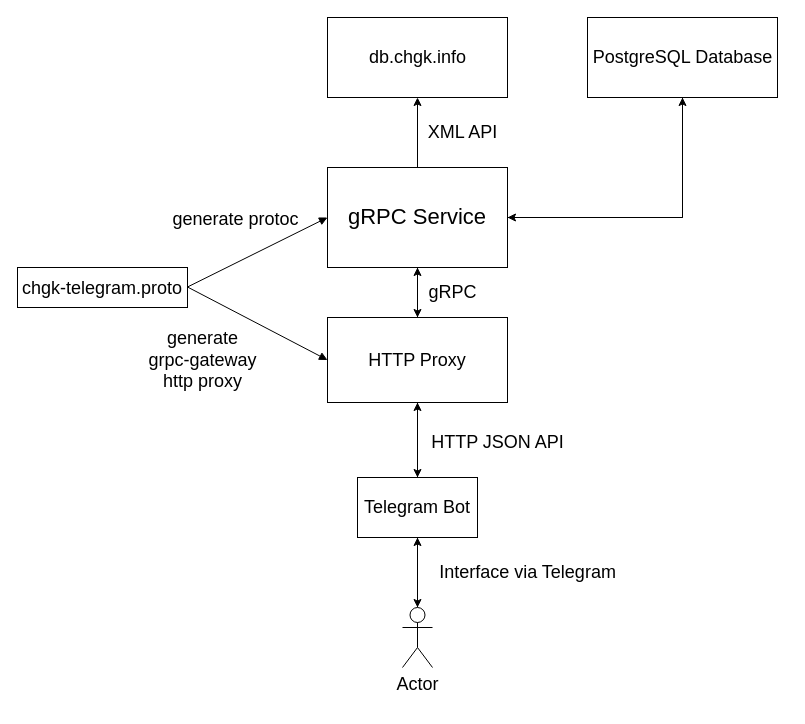
Earlier version of the draw.io diagram docs/concept.drawio (fadeevdev/chgk-telegram). Source tidied: cells renumbered, new cells numbered last; positions are measured from the earlier drawing's top-left corner, leaving out a move shared by most shapes. Both pictures are drawn from the tidied source at 100%, with x=0, y=0 at pixel (17, 17).
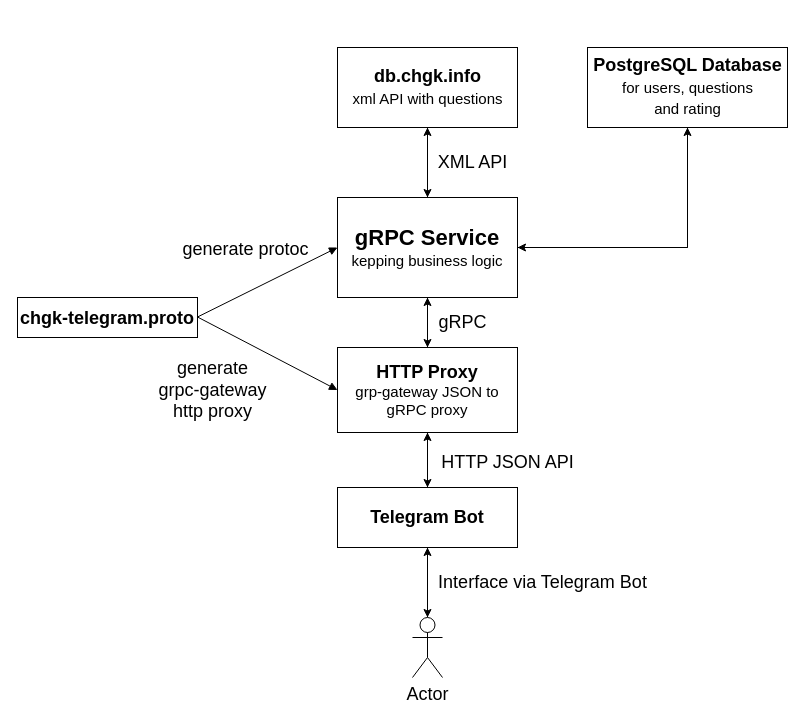
After the change.

Commit message (it also covers changes not shown here):
change implementation concept

The edit, as a diff of the source:
```diff
@@
     <mxCell id="3" style="edgeStyle=orthogonalEdgeStyle;rounded=0;jettySize=auto;html=1;fontSize=18;" parent="1" edge="1" source="5">
       <mxGeometry relative="1" as="geometry">
-        <mxPoint x="400" y="300" as="targetPoint" />
+        <mxPoint x="410" y="330" as="targetPoint" />
       </mxGeometry>
     </mxCell>
@@
-    <mxCell id="5" value="&lt;font style=&quot;font-size: 22px&quot;&gt;gRPC Service&lt;/font&gt;" style="rounded=0;whiteSpace=wrap;html=1;" parent="1" vertex="1">
-      <mxGeometry x="310" y="150" width="180" height="100" as="geometry" />
+    <mxCell id="5" value="&lt;font&gt;&lt;b&gt;&lt;span style=&quot;font-size: 22px&quot;&gt;gRPC Service&lt;/span&gt;&lt;br&gt;&lt;/b&gt;&lt;font style=&quot;font-size: 15px&quot;&gt;kepping business logic&lt;/font&gt;&lt;br&gt;&lt;/font&gt;" style="rounded=0;whiteSpace=wrap;html=1;" parent="1" vertex="1">
+      <mxGeometry x="320" y="180" width="180" height="100" as="geometry" />
     </mxCell>
-    <mxCell id="6" value="&lt;span style=&quot;font-size: 18px&quot;&gt;chgk-telegram.proto&lt;/span&gt;" style="rounded=0;whiteSpace=wrap;html=1;fontSize=22;" parent="1" vertex="1">
-      <mxGeometry y="250" width="170" height="40" as="geometry" />
+    <mxCell id="6" value="&lt;span style=&quot;font-size: 18px&quot;&gt;&lt;b&gt;chgk-telegram.proto&lt;/b&gt;&lt;/span&gt;" style="rounded=0;whiteSpace=wrap;html=1;fontSize=22;" parent="1" vertex="1">
+      <mxGeometry y="280" width="180" height="40" as="geometry" />
     </mxCell>
@@
-    <mxCell id="9" value="&lt;font style=&quot;font-size: 18px&quot;&gt;HTTP Proxy&lt;/font&gt;" style="rounded=0;whiteSpace=wrap;html=1;fontSize=15;" parent="1" vertex="1">
-      <mxGeometry x="310" y="300" width="180" height="85" as="geometry" />
+    <mxCell id="9" value="&lt;font&gt;&lt;b&gt;&lt;span style=&quot;font-size: 18px&quot;&gt;HTTP Proxy&lt;/span&gt;&lt;br&gt;&lt;/b&gt;&lt;font style=&quot;font-size: 15px&quot;&gt;grp-gateway JSON to gRPC proxy&lt;/font&gt;&lt;br&gt;&lt;/font&gt;" style="rounded=0;whiteSpace=wrap;html=1;fontSize=15;" parent="1" vertex="1">
+      <mxGeometry x="320" y="330" width="180" height="85" as="geometry" />
     </mxCell>
@@
-    <mxCell id="12" value="Telegram Bot" style="rounded=0;whiteSpace=wrap;html=1;fontSize=18;" parent="1" vertex="1">
-      <mxGeometry x="340" y="460" width="120" height="60" as="geometry" />
+    <mxCell id="12" value="&lt;b&gt;Telegram Bot&lt;/b&gt;" style="rounded=0;whiteSpace=wrap;html=1;fontSize=18;" parent="1" vertex="1">
+      <mxGeometry x="320" y="470" width="180" height="60" as="geometry" />
     </mxCell>
@@
     <mxCell id="14" value="Actor" style="shape=umlActor;verticalLabelPosition=bottom;verticalAlign=top;html=1;outlineConnect=0;fontSize=18;" parent="1" vertex="1">
-      <mxGeometry x="385" y="590" width="30" height="60" as="geometry" />
+      <mxGeometry x="395" y="600" width="30" height="60" as="geometry" />
     </mxCell>
     <mxCell id="15" value="HTTP JSON API" style="text;html=1;align=center;verticalAlign=middle;strokeColor=none;fillColor=none;fontSize=18;" parent="1" vertex="1">
-      <mxGeometry x="405" y="410" width="150" height="30" as="geometry" />
+      <mxGeometry x="415" y="430" width="150" height="30" as="geometry" />
     </mxCell>
-    <mxCell id="16" value="Interface via Telegram" style="text;html=1;align=center;verticalAlign=middle;strokeColor=none;fillColor=none;fontSize=18;" parent="1" vertex="1">
-      <mxGeometry x="415" y="540" width="190" height="30" as="geometry" />
+    <mxCell id="16" value="Interface via Telegram Bot" style="text;html=1;align=center;verticalAlign=middle;strokeColor=none;fillColor=none;fontSize=18;" parent="1" vertex="1">
+      <mxGeometry x="415" y="550" width="220" height="30" as="geometry" />
     </mxCell>
     <mxCell id="17" value="generate protoc" style="html=1;verticalAlign=bottom;endArrow=block;rounded=0;fontSize=18;entryX=0;entryY=0.5;entryDx=0;entryDy=0;" parent="1" edge="1" target="5">
       <mxGeometry x="-0.14" y="26" relative="1" as="geometry">
-        <mxPoint x="170" y="269.5" as="sourcePoint" />
+        <mxPoint x="180" y="299.5" as="sourcePoint" />
       </mxGeometry>
     </mxCell>
     <mxCell id="18" value="generate&lt;br&gt;grpc-gateway&lt;br&gt;http proxy" style="html=1;verticalAlign=bottom;endArrow=block;rounded=0;fontSize=18;entryX=0;entryY=0.5;entryDx=0;entryDy=0;" parent="1" edge="1" target="9">
       <mxGeometry x="-0.2" y="-89" relative="1" as="geometry">
-        <mxPoint x="170" y="269.5" as="sourcePoint" />
+        <mxPoint x="180" y="299.5" as="sourcePoint" />
       </mxGeometry>
     </mxCell>
     <mxCell id="19" style="edgeStyle=orthogonalEdgeStyle;rounded=0;jettySize=auto;html=1;entryX=1;entryY=0.5;entryDx=0;entryDy=0;" parent="1" edge="1" source="20" target="5">
       <mxGeometry relative="1" as="geometry">
         <Array as="points">
-          <mxPoint x="665" y="200" />
+          <mxPoint x="670" y="230" />
         </Array>
       </mxGeometry>
     </mxCell>
-    <mxCell id="20" value="PostgreSQL Database" style="html=1;fontSize=18;" parent="1" vertex="1">
-      <mxGeometry x="570" width="190" height="80" as="geometry" />
+    <mxCell id="20" value="&lt;b&gt;PostgreSQL Database&lt;br&gt;&lt;/b&gt;&lt;font style=&quot;font-size: 15px&quot;&gt;for users, questions&lt;br&gt;and rating&lt;/font&gt;" style="html=1;fontSize=18;" parent="1" vertex="1">
+      <mxGeometry x="570" y="30" width="200" height="80" as="geometry" />
     </mxCell>
     <mxCell id="21" value="gRPC" style="text;html=1;align=center;verticalAlign=middle;strokeColor=none;fillColor=none;fontSize=18;" parent="1" vertex="1">
-      <mxGeometry x="405" y="260" width="60" height="30" as="geometry" />
+      <mxGeometry x="415" y="290" width="60" height="30" as="geometry" />
     </mxCell>
+    <mxCell id="24" style="edgeStyle=orthogonalEdgeStyle;rounded=0;jettySize=auto;html=1;fontSize=15;" parent="1" edge="1" source="22">
+      <mxGeometry relative="1" as="geometry">
+        <mxPoint x="410" y="180" as="targetPoint" />
+      </mxGeometry>
+    </mxCell>
-    <mxCell id="22" value="db.chgk.info" style="html=1;fontSize=18;" parent="1" vertex="1">
-      <mxGeometry x="310" width="180" height="80" as="geometry" />
+    <mxCell id="22" value="&lt;b&gt;db.chgk.info&lt;/b&gt;&lt;br&gt;&lt;font style=&quot;font-size: 15px&quot;&gt;xml API with questions&lt;/font&gt;" style="html=1;fontSize=18;" parent="1" vertex="1">
+      <mxGeometry x="320" y="30" width="180" height="80" as="geometry" />
     </mxCell>
     <mxCell id="23" value="XML API" style="text;html=1;align=center;verticalAlign=middle;strokeColor=none;fillColor=none;fontSize=18;" parent="1" vertex="1">
-      <mxGeometry x="405" y="100" width="80" height="30" as="geometry" />
+      <mxGeometry x="415" y="130" width="80" height="30" as="geometry" />
     </mxCell>
```
